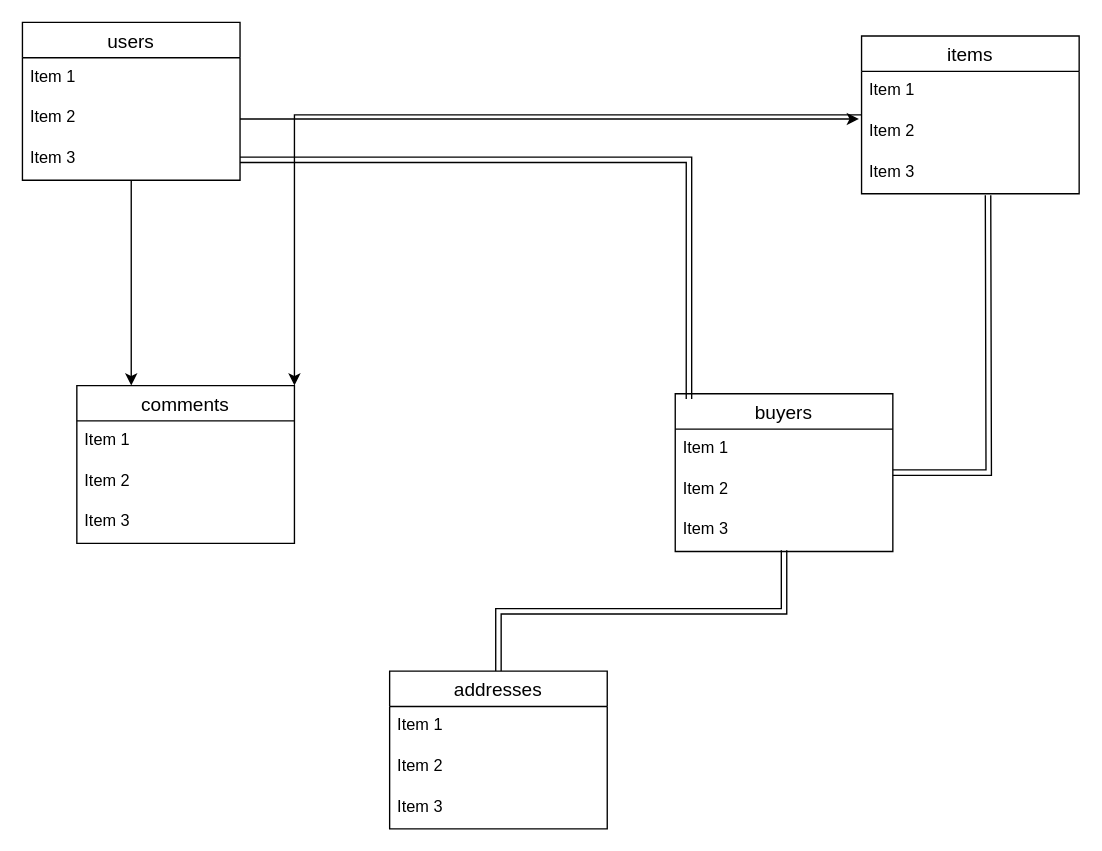
The draw.io diagram furima.dio in masaya-suzu/furima-35486, before the edit. Source tidied: cells renumbered, new cells numbered last; positions are measured from the earlier drawing's top-left corner, leaving out a move shared by most shapes. Both pictures are drawn from the tidied source at 136%, with x=0, y=0 at pixel (22, 22).
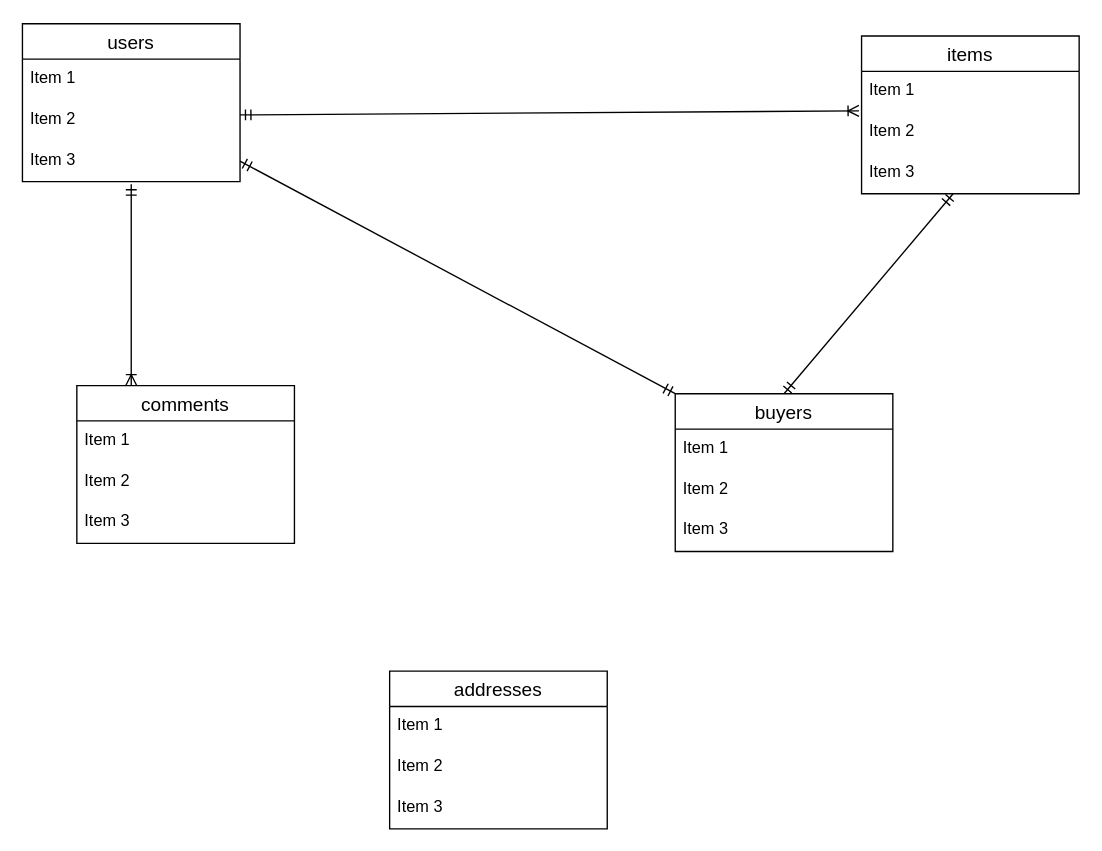
The same page after the edit.

The change refers to these unchanged cells:
```xml
<mxCell id="5" value="Item 2" style="text;strokeColor=none;fillColor=none;spacingLeft=4;spacingRight=4;overflow=hidden;points=[[0,0.5],[1,0.5]];portConstraint=eastwest;fontSize=12;" parent="3" vertex="1">
  <mxGeometry y="56" width="160" height="30" as="geometry" />
</mxCell>
<mxCell id="6" value="Item 3" style="text;strokeColor=none;fillColor=none;spacingLeft=4;spacingRight=4;overflow=hidden;points=[[0,0.5],[1,0.5]];portConstraint=eastwest;fontSize=12;" parent="3" vertex="1">
  <mxGeometry y="86" width="160" height="30" as="geometry" />
</mxCell>
<mxCell id="8" value="items" style="swimlane;fontStyle=0;horizontal=1;startSize=26;align=center;fontSize=14;" parent="1" vertex="1">
  <mxGeometry x="617" y="10" width="160" height="116" as="geometry" />
</mxCell>
<mxCell id="9" value="Item 1" style="text;strokeColor=none;fillColor=none;spacingLeft=4;spacingRight=4;overflow=hidden;points=[[0,0.5],[1,0.5]];portConstraint=eastwest;fontSize=12;" parent="8" vertex="1">
  <mxGeometry y="26" width="160" height="30" as="geometry" />
</mxCell>
<mxCell id="10" value="Item 2" style="text;strokeColor=none;fillColor=none;spacingLeft=4;spacingRight=4;overflow=hidden;points=[[0,0.5],[1,0.5]];portConstraint=eastwest;fontSize=12;" parent="8" vertex="1">
  <mxGeometry y="56" width="160" height="30" as="geometry" />
</mxCell>
<mxCell id="11" value="Item 3" style="text;strokeColor=none;fillColor=none;spacingLeft=4;spacingRight=4;overflow=hidden;points=[[0,0.5],[1,0.5]];portConstraint=eastwest;fontSize=12;" parent="8" vertex="1">
  <mxGeometry y="86" width="160" height="30" as="geometry" />
</mxCell>
<mxCell id="13" value="comments" style="swimlane;fontStyle=0;horizontal=1;startSize=26;align=center;fontSize=14;" parent="1" vertex="1">
  <mxGeometry x="40" y="267" width="160" height="116" as="geometry" />
</mxCell>
<mxCell id="18" value="buyers" style="swimlane;fontStyle=0;horizontal=1;startSize=26;align=center;fontSize=14;" parent="1" vertex="1">
  <mxGeometry x="480" y="273" width="160" height="116" as="geometry" />
</mxCell>
<mxCell id="21" value="Item 3" style="text;strokeColor=none;fillColor=none;spacingLeft=4;spacingRight=4;overflow=hidden;points=[[0,0.5],[1,0.5]];portConstraint=eastwest;fontSize=12;" parent="18" vertex="1">
  <mxGeometry y="86" width="160" height="30" as="geometry" />
</mxCell>
<mxCell id="23" value="addresses" style="swimlane;fontStyle=0;horizontal=1;startSize=26;align=center;fontSize=14;" parent="1" vertex="1">
  <mxGeometry x="270" y="477" width="160" height="116" as="geometry" />
</mxCell>
```

Change to the diagram source:
```diff
@@
-    <mxCell id="2" style="edgeStyle=orthogonalEdgeStyle;rounded=0;jettySize=auto;html=1;entryX=0.25;entryY=0;entryDx=0;entryDy=0;" parent="1" edge="1" source="3" target="13">
-      <mxGeometry relative="1" as="geometry" />
-    </mxCell>
+    <mxCell id="28" style="edgeStyle=none;rounded=0;jettySize=auto;html=1;exitX=0.75;exitY=0;exitDx=0;exitDy=0;" parent="1" edge="1" source="3">
+      <mxGeometry relative="1" as="geometry">
+        <mxPoint x="120" y="1" as="targetPoint" />
+      </mxGeometry>
+    </mxCell>
     <mxCell id="3" value="users" style="swimlane;fontStyle=0;horizontal=1;startSize=26;align=center;fontSize=14;" parent="1" vertex="1">
-      <mxGeometry width="160" height="116" as="geometry" />
+      <mxGeometry y="1" width="160" height="116" as="geometry" />
     </mxCell>
@@
+    <mxCell id="29" style="fontSize=12;html=1;endArrow=ERoneToMany;startArrow=ERmandOne;entryX=-0.012;entryY=0.967;entryDx=0;entryDy=0;entryPerimeter=0;" parent="3" edge="1" target="9">
+      <mxGeometry relative="1" as="geometry">
+        <mxPoint x="160" y="67" as="sourcePoint" />
+      </mxGeometry>
+    </mxCell>
@@
-    <mxCell id="7" style="edgeStyle=orthogonalEdgeStyle;rounded=0;jettySize=auto;html=1;entryX=1;entryY=0;entryDx=0;entryDy=0;" parent="1" edge="1" source="8" target="13">
-      <mxGeometry relative="1" as="geometry" />
-    </mxCell>
@@
-    <mxCell id="12" style="edgeStyle=orthogonalEdgeStyle;rounded=0;jettySize=auto;html=1;exitX=1;exitY=0.5;exitDx=0;exitDy=0;entryX=-0.012;entryY=0.167;entryDx=0;entryDy=0;entryPerimeter=0;" parent="1" edge="1" source="5" target="10">
-      <mxGeometry relative="1" as="geometry" />
-    </mxCell>
@@
-    <mxCell id="17" style="edgeStyle=orthogonalEdgeStyle;shape=link;rounded=0;jettySize=auto;html=1;" parent="1" edge="1" source="18">
-      <mxGeometry relative="1" as="geometry">
-        <mxPoint x="710" y="127" as="targetPoint" />
-      </mxGeometry>
-    </mxCell>
@@
-    <mxCell id="22" style="edgeStyle=orthogonalEdgeStyle;rounded=0;jettySize=auto;html=1;entryX=0.5;entryY=0.967;entryDx=0;entryDy=0;entryPerimeter=0;shape=link;" parent="1" edge="1" source="23" target="21">
-      <mxGeometry relative="1" as="geometry" />
-    </mxCell>
@@
+    <mxCell id="30" style="fontSize=12;html=1;endArrow=ERoneToMany;startArrow=ERmandOne;entryX=0.25;entryY=0;entryDx=0;entryDy=0;" parent="1" edge="1" target="13">
+      <mxGeometry relative="1" as="geometry">
+        <mxPoint x="80" y="119" as="sourcePoint" />
+      </mxGeometry>
+    </mxCell>
+    <mxCell id="31" style="edgeStyle=none;rounded=0;jettySize=auto;html=1;exitX=0.5;exitY=0;exitDx=0;exitDy=0;" parent="1" edge="1" source="13">
+      <mxGeometry relative="1" as="geometry">
+        <mxPoint x="120" y="267" as="targetPoint" />
+      </mxGeometry>
+    </mxCell>
+    <mxCell id="32" style="edgeStyle=none;rounded=0;jettySize=auto;html=1;exitX=0.75;exitY=0;exitDx=0;exitDy=0;" parent="1" edge="1" source="3">
+      <mxGeometry relative="1" as="geometry">
+        <mxPoint x="120" y="1" as="targetPoint" />
+      </mxGeometry>
+    </mxCell>
-    <mxCell id="27" style="edgeStyle=orthogonalEdgeStyle;rounded=0;jettySize=auto;html=1;exitX=1;exitY=0.5;exitDx=0;exitDy=0;entryX=0.063;entryY=0.034;entryDx=0;entryDy=0;entryPerimeter=0;shape=link;" parent="1" edge="1" source="6" target="18">
+    <mxCell id="27" style="fontSize=12;html=1;endArrow=ERmandOne;startArrow=ERmandOne;exitX=1;exitY=0.5;exitDx=0;exitDy=0;entryX=0;entryY=0;entryDx=0;entryDy=0;" parent="1" edge="1" source="6" target="18">
       <mxGeometry relative="1" as="geometry" />
     </mxCell>
+    <mxCell id="33" style="fontSize=12;html=1;endArrow=ERmandOne;startArrow=ERmandOne;exitX=0.5;exitY=0;exitDx=0;exitDy=0;" parent="1" edge="1" source="18" target="11">
+      <mxGeometry relative="1" as="geometry" />
+    </mxCell>
```
